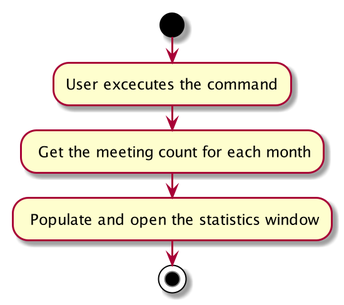
sebastiantoh/tp keeps this PlantUML diagram as docs/images/MeetingStatsActivityDiagram.png. Above is the earlier version.
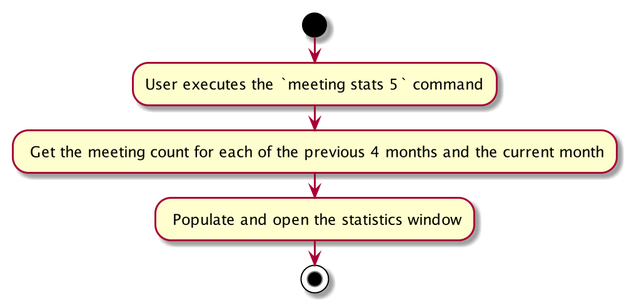
The same diagram one commit later.

Diff of the diagram source:
```diff
@@ -1,9 +1,9 @@
 @startuml
 start
-:User excecutes the command;
+:User executes the `meeting stats 5` command;
 
 
-: Get the meeting count for each month;
+: Get the meeting count for each of the previous 4 months and the current month;
 
 : Populate and open the statistics window;
 
```
